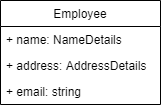
Before: draw.io/gcp-free-tier-class-diagram.png, a diagram exported from draw.io (itsavvy-ankur/gcp-free-tier). Source tidied: cells renumbered, new cells last; positions are measured from the earlier drawing's top-left corner, leaving out a move shared by most shapes.
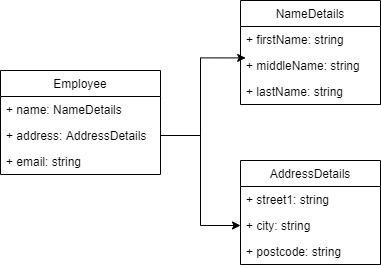
Later version of the same file.

What changed in the source:
```diff
@@ -14,5 +14,35 @@
     <mxCell id="5" value="+ email: string" style="text;strokeColor=none;fillColor=none;align=left;verticalAlign=top;spacingLeft=4;spacingRight=4;overflow=hidden;" parent="2" vertex="1">
       <mxGeometry y="78" width="160" height="26" as="geometry" />
     </mxCell>
+    <mxCell id="6" value="NameDetails" style="swimlane;fontStyle=0;horizontal=1;startSize=26;fillColor=none;" parent="1" vertex="1">
+      <mxGeometry x="240" y="-70" width="140" height="104" as="geometry" />
+    </mxCell>
+    <mxCell id="7" value="+ firstName: string" style="text;strokeColor=none;fillColor=none;align=left;verticalAlign=top;spacingLeft=4;spacingRight=4;overflow=hidden;" parent="6" vertex="1">
+      <mxGeometry y="26" width="140" height="26" as="geometry" />
+    </mxCell>
+    <mxCell id="8" value="+ middleName: string" style="text;strokeColor=none;fillColor=none;align=left;verticalAlign=top;spacingLeft=4;spacingRight=4;overflow=hidden;points=[[0,0.5],[1,0.5]];portConstraint=eastwest;" parent="6" vertex="1">
+      <mxGeometry y="52" width="140" height="26" as="geometry" />
+    </mxCell>
+    <mxCell id="9" value="+ lastName: string" style="text;strokeColor=none;fillColor=none;align=left;verticalAlign=top;spacingLeft=4;spacingRight=4;overflow=hidden;" parent="6" vertex="1">
+      <mxGeometry y="78" width="140" height="26" as="geometry" />
+    </mxCell>
+    <mxCell id="10" style="edgeStyle=orthogonalEdgeStyle;rounded=0;jettySize=auto;html=1;exitX=1;exitY=0.5;exitDx=0;exitDy=0;entryX=0.037;entryY=0.208;entryDx=0;entryDy=0;entryPerimeter=0;" parent="1" edge="1" source="4" target="8">
+      <mxGeometry relative="1" as="geometry" />
+    </mxCell>
+    <mxCell id="11" value="AddressDetails" style="swimlane;fontStyle=0;horizontal=1;startSize=26;fillColor=none;" parent="1" vertex="1">
+      <mxGeometry x="240" y="90" width="140" height="104" as="geometry" />
+    </mxCell>
+    <mxCell id="12" value="+ street1: string" style="text;strokeColor=none;fillColor=none;align=left;verticalAlign=top;spacingLeft=4;spacingRight=4;overflow=hidden;" parent="11" vertex="1">
+      <mxGeometry y="26" width="140" height="26" as="geometry" />
+    </mxCell>
+    <mxCell id="13" value="+ city: string" style="text;strokeColor=none;fillColor=none;align=left;verticalAlign=top;spacingLeft=4;spacingRight=4;overflow=hidden;points=[[0,0.5],[1,0.5]];portConstraint=eastwest;" parent="11" vertex="1">
+      <mxGeometry y="52" width="140" height="26" as="geometry" />
+    </mxCell>
+    <mxCell id="14" value="+ postcode: string" style="text;strokeColor=none;fillColor=none;align=left;verticalAlign=top;spacingLeft=4;spacingRight=4;overflow=hidden;" parent="11" vertex="1">
+      <mxGeometry y="78" width="140" height="26" as="geometry" />
+    </mxCell>
+    <mxCell id="15" style="edgeStyle=orthogonalEdgeStyle;rounded=0;jettySize=auto;html=1;exitX=1;exitY=0.5;exitDx=0;exitDy=0;entryX=0;entryY=0.5;entryDx=0;entryDy=0;" parent="1" edge="1" source="4" target="13">
+      <mxGeometry relative="1" as="geometry" />
+    </mxCell>
   </root>
 </mxGraphModel>
```
